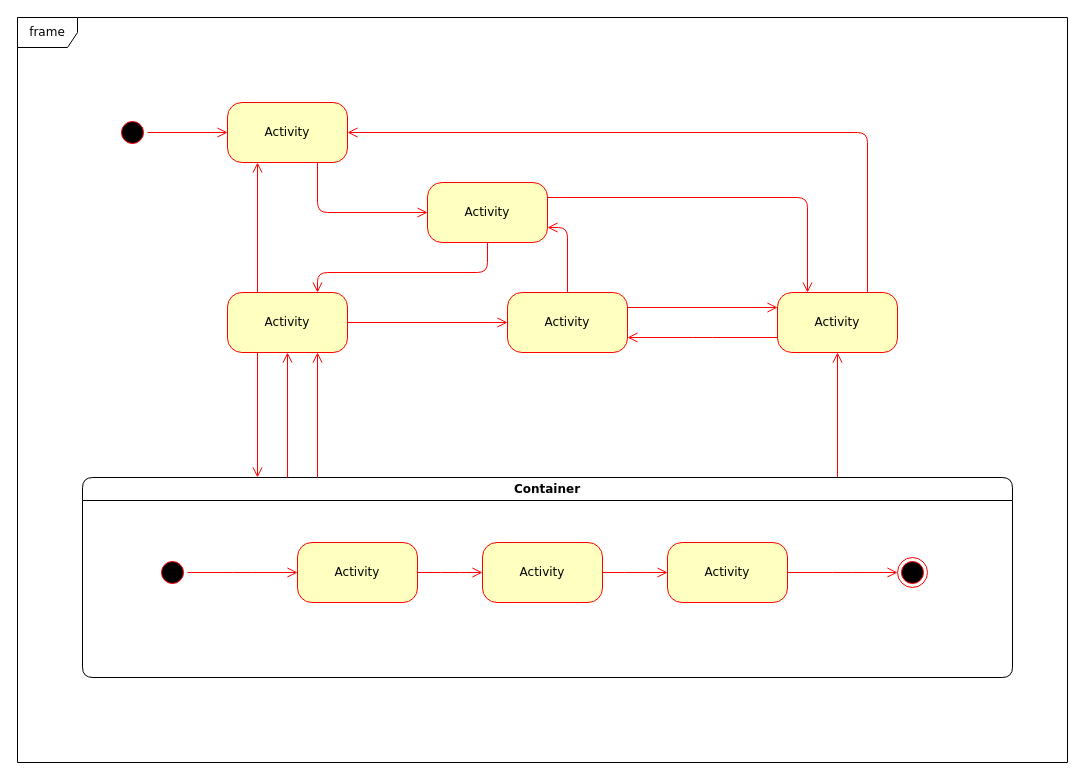
Before: Untitled Diagram.drawio in serges147/temp, a draw.io diagram. Source tidied: cells renumbered, new cells numbered last; positions are measured from the earlier drawing's top-left corner, leaving out a move shared by most shapes. Both pictures are drawn from the tidied source at 100%, with x=0, y=0 at pixel (17, 17).
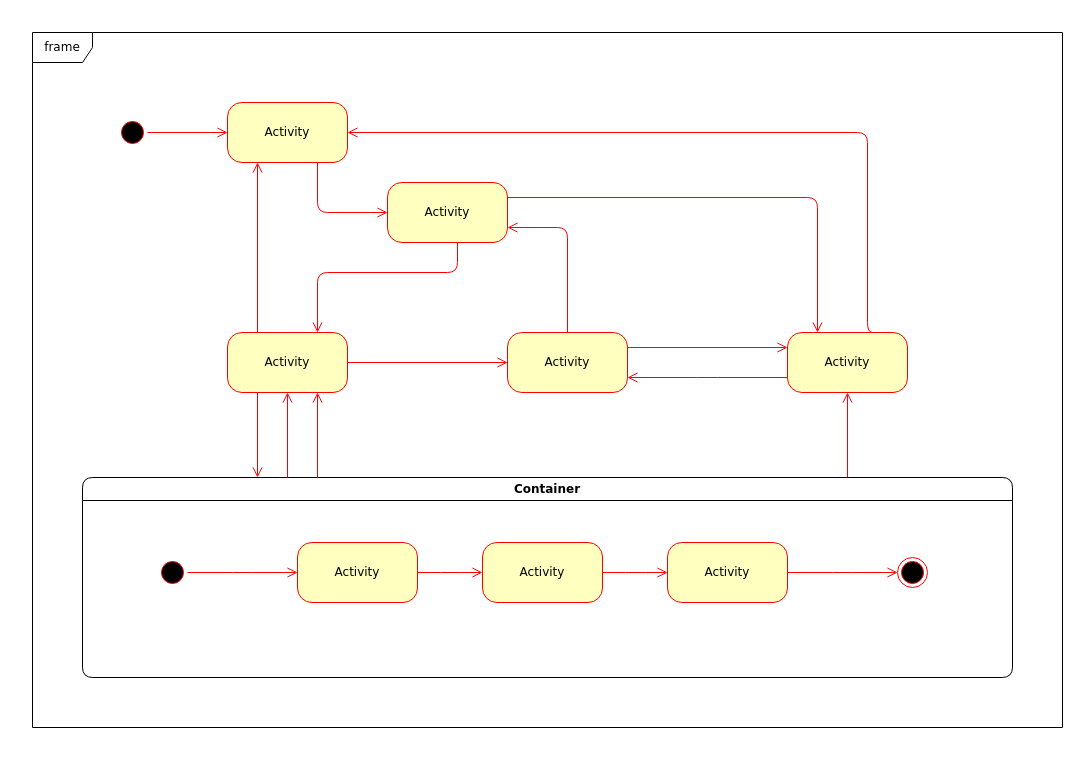
The same diagram, later.

The edit, as a diff of the source:
```diff
@@
+    <mxCell id="22" value="frame" style="shape=umlFrame;whiteSpace=wrap;html=1;rounded=1;shadow=0;comic=0;labelBackgroundColor=none;strokeWidth=1;fontFamily=Verdana;fontSize=12;align=center;" parent="1" vertex="1">
+      <mxGeometry x="15" y="15" width="1030" height="695" as="geometry" />
+    </mxCell>
@@
     <mxCell id="3" value="Activity" style="rounded=1;whiteSpace=wrap;html=1;arcSize=24;fillColor=#ffffc0;strokeColor=#ff0000;shadow=0;comic=0;labelBackgroundColor=none;fontFamily=Verdana;fontSize=12;fontColor=#000000;align=center;" parent="1" vertex="1">
-      <mxGeometry x="210" y="275" width="120" height="60" as="geometry" />
+      <mxGeometry x="210" y="315" width="120" height="60" as="geometry" />
     </mxCell>
@@
     <mxCell id="6" value="Activity" style="rounded=1;whiteSpace=wrap;html=1;arcSize=24;fillColor=#ffffc0;strokeColor=#ff0000;shadow=0;comic=0;labelBackgroundColor=none;fontFamily=Verdana;fontSize=12;fontColor=#000000;align=center;" parent="1" vertex="1">
-      <mxGeometry x="410" y="165" width="120" height="60" as="geometry" />
+      <mxGeometry x="370" y="165" width="120" height="60" as="geometry" />
     </mxCell>
@@
     <mxCell id="9" value="Activity" style="rounded=1;whiteSpace=wrap;html=1;arcSize=24;fillColor=#ffffc0;strokeColor=#ff0000;shadow=0;comic=0;labelBackgroundColor=none;fontFamily=Verdana;fontSize=12;fontColor=#000000;align=center;" parent="1" vertex="1">
-      <mxGeometry x="760" y="275" width="120" height="60" as="geometry" />
+      <mxGeometry x="770" y="315" width="120" height="60" as="geometry" />
     </mxCell>
     <mxCell id="10" value="Activity" style="rounded=1;whiteSpace=wrap;html=1;arcSize=24;fillColor=#ffffc0;strokeColor=#ff0000;shadow=0;comic=0;labelBackgroundColor=none;fontFamily=Verdana;fontSize=12;fontColor=#000000;align=center;" parent="1" vertex="1">
-      <mxGeometry x="490" y="275" width="120" height="60" as="geometry" />
+      <mxGeometry x="490" y="315" width="120" height="60" as="geometry" />
     </mxCell>
@@
-    <mxCell id="22" value="frame" style="shape=umlFrame;whiteSpace=wrap;html=1;rounded=1;shadow=0;comic=0;labelBackgroundColor=none;strokeWidth=1;fontFamily=Verdana;fontSize=12;align=center;" parent="1" vertex="1">
-      <mxGeometry width="1050" height="745" as="geometry" />
-    </mxCell>
@@
-    <mxCell id="25" style="edgeStyle=orthogonalEdgeStyle;html=1;entryX=0.75;entryY=0;labelBackgroundColor=none;endArrow=open;endSize=8;strokeColor=#ff0000;fontFamily=Verdana;fontSize=12;align=left;exitX=0.5;exitY=1;" parent="1" edge="1" source="6" target="3">
+    <mxCell id="25" style="edgeStyle=orthogonalEdgeStyle;html=1;entryX=0.75;entryY=0;labelBackgroundColor=none;endArrow=open;endSize=8;strokeColor=#ff0000;fontFamily=Verdana;fontSize=12;align=left;" parent="1" edge="1" source="6" target="3">
       <mxGeometry relative="1" as="geometry">
         <Array as="points">
-          <mxPoint x="470" y="255" />
+          <mxPoint x="440" y="255" />
           <mxPoint x="300" y="255" />
         </Array>
       </mxGeometry>
     </mxCell>
```
